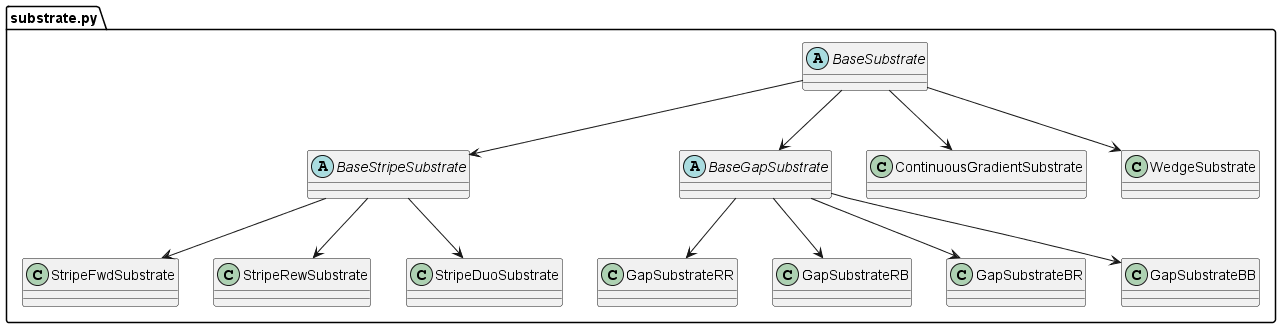
Above: docs/diagram/substrate.png in yavuzkaraca/Topographic-Projection-Sim (PlantUML), before the change.
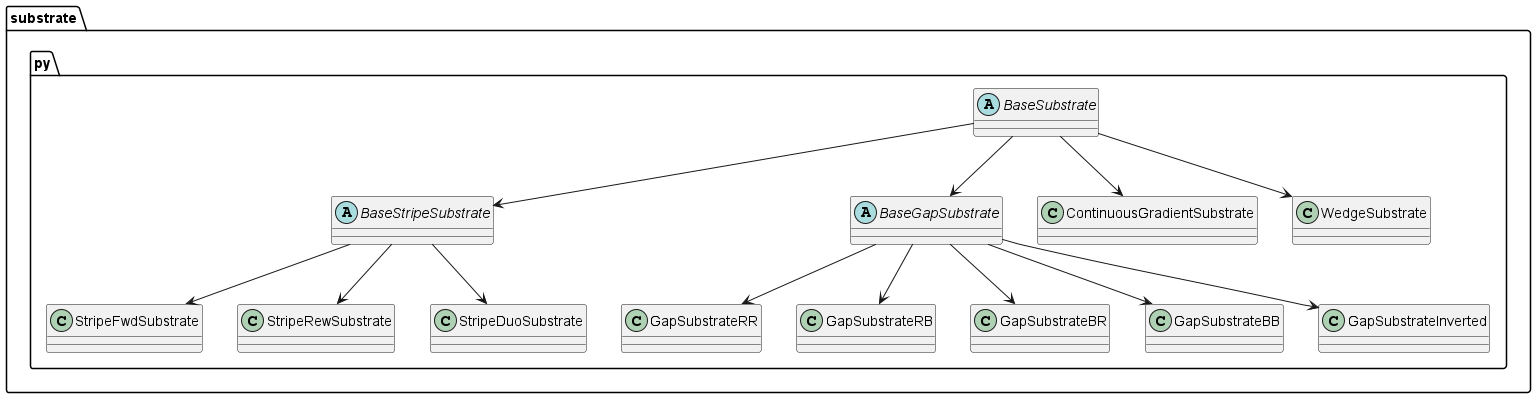
The same file after the commit.

Change to the diagram source:
```diff
@@ -1,4 +1,4 @@
-@startuml substrate
+@startuml Substrate
 package substrate.py{
     abstract class BaseSubstrate
     abstract class BaseStripeSubstrate
@@ -12,6 +12,7 @@
     class GapSubstrateRB
     class GapSubstrateBR
     class GapSubstrateBB
+    class GapSubstrateInverted
 }
 
 BaseStripeSubstrate --> StripeDuoSubstrate
@@ -28,6 +29,7 @@
 BaseGapSubstrate --> GapSubstrateBR
 BaseGapSubstrate --> GapSubstrateRB
 BaseGapSubstrate --> GapSubstrateRR
+BaseGapSubstrate --> GapSubstrateInverted
 
 BaseSubstrate --> BaseGapSubstrate
 
```
